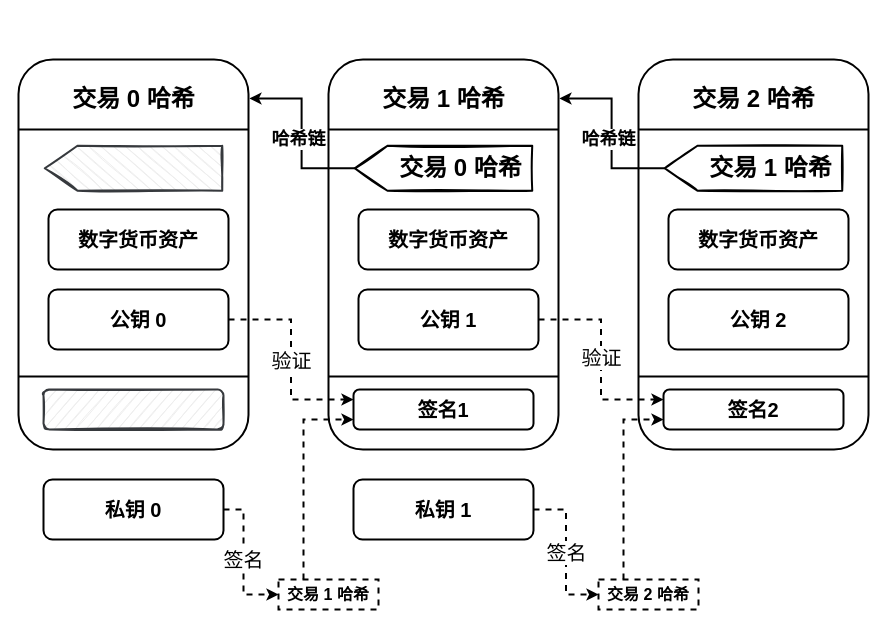
Above: 交易链.drawio in liugangjian/BTCWallet (draw.io), before the change. Source tidied: cells renumbered, new cells numbered last; positions are measured from the earlier drawing's top-left corner, leaving out a move shared by most shapes. Both pictures are drawn from the tidied source at 100%, with x=0, y=0 at pixel (18, 59).
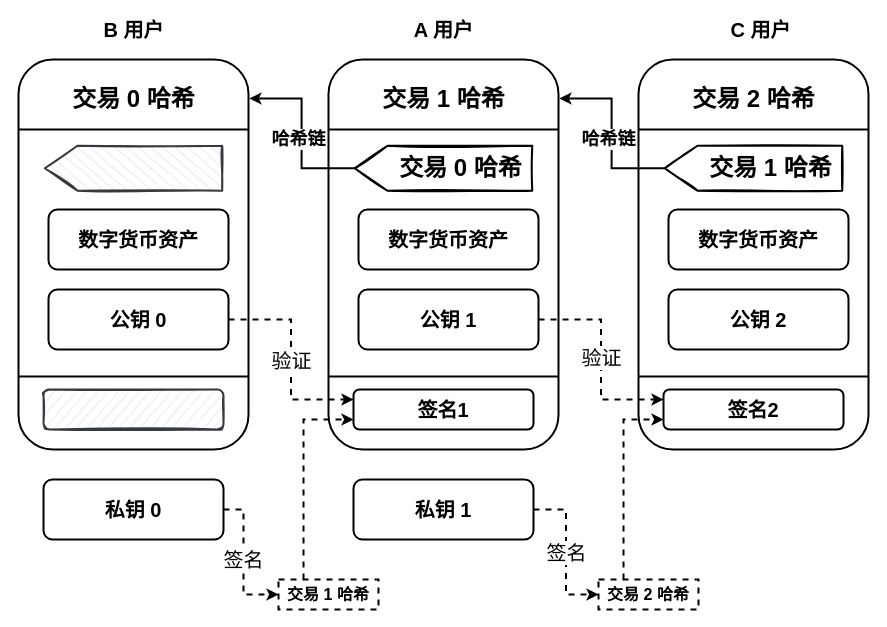
The same diagram, later.

What changed in the source:
```diff
@@
+    <mxCell id="44" value="&lt;font style=&quot;font-size: 20px&quot;&gt;&lt;b&gt;B 用户&lt;/b&gt;&lt;/font&gt;" style="text;html=1;strokeColor=none;fillColor=none;align=center;verticalAlign=middle;whiteSpace=wrap;rounded=0;" parent="1" vertex="1">
+      <mxGeometry x="72.5" y="-40" width="85" height="20" as="geometry" />
+    </mxCell>
+    <mxCell id="45" value="&lt;font style=&quot;font-size: 20px&quot;&gt;&lt;b&gt;C 用户&lt;/b&gt;&lt;/font&gt;" style="text;html=1;strokeColor=none;fillColor=none;align=center;verticalAlign=middle;whiteSpace=wrap;rounded=0;" parent="1" vertex="1">
+      <mxGeometry x="700" y="-40" width="85" height="20" as="geometry" />
+    </mxCell>
+    <mxCell id="46" value="&lt;font style=&quot;font-size: 20px&quot;&gt;&lt;b&gt;A 用户&lt;/b&gt;&lt;/font&gt;" style="text;html=1;strokeColor=none;fillColor=none;align=center;verticalAlign=middle;whiteSpace=wrap;rounded=0;" parent="1" vertex="1">
+      <mxGeometry x="382.5" y="-40" width="85" height="20" as="geometry" />
+    </mxCell>
```
